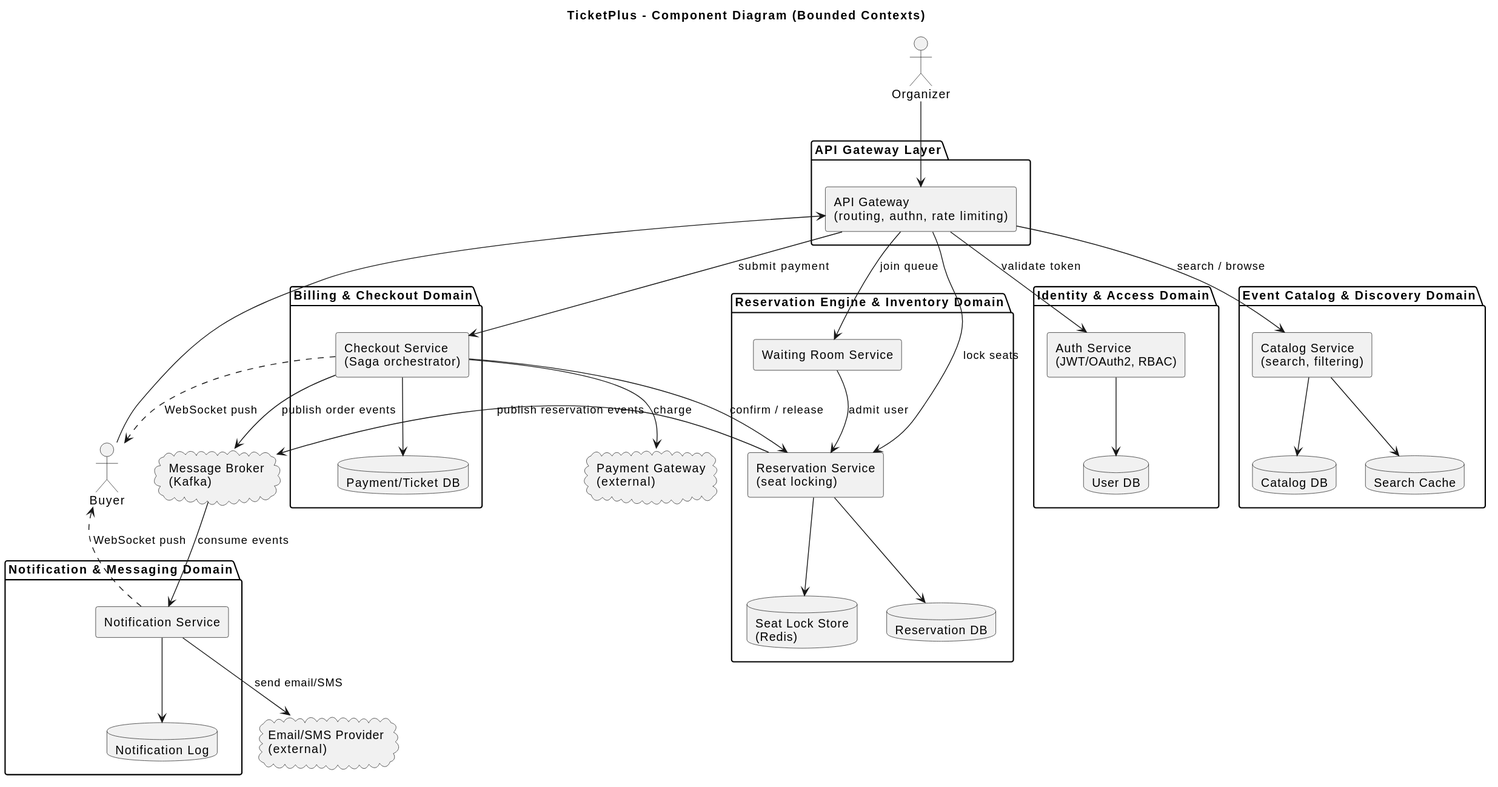
MahsaNasehi/TicketPlus keeps this PlantUML diagram as rendered/07-component-diagram.svg. Above is the earlier version.
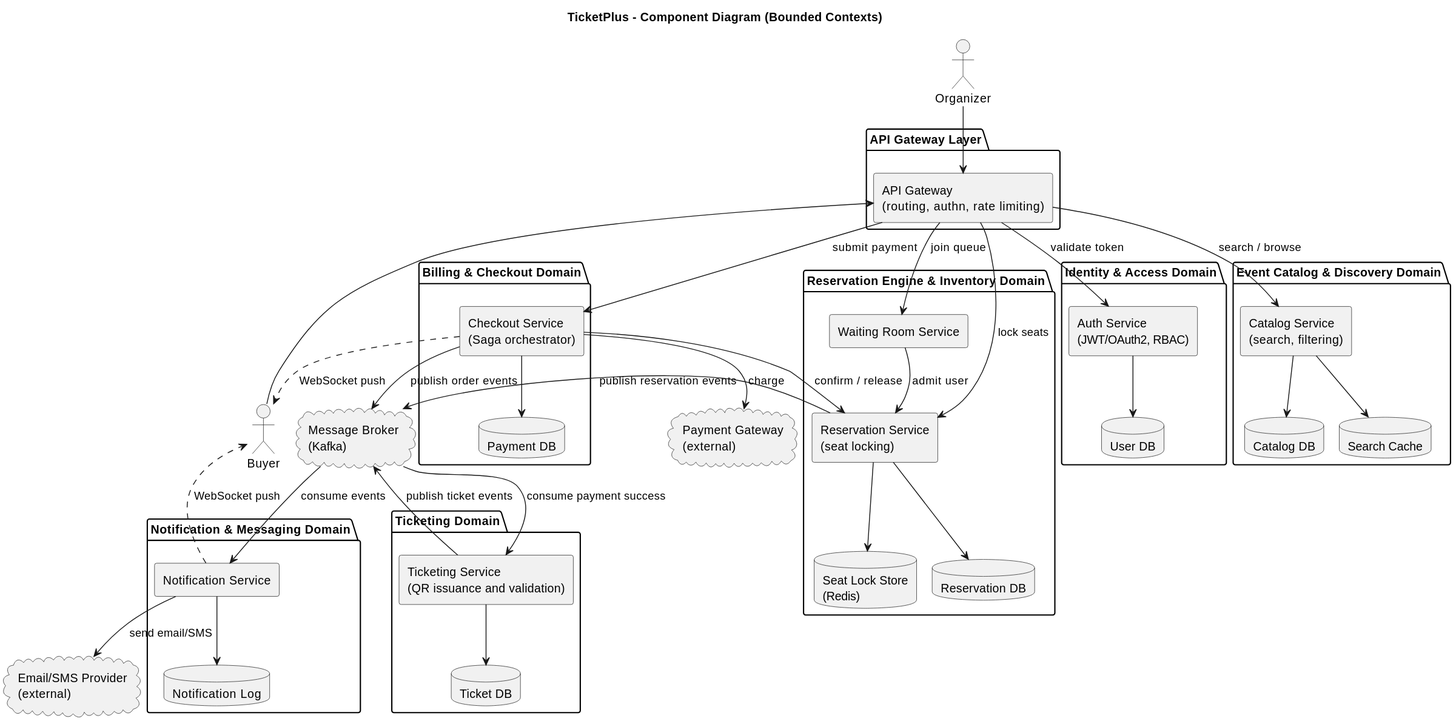
After the commit.

The edit, as a diff of the source:
```diff
@@ -1,4 +1,5 @@
 @startuml
+!pragma layout smetana
 title TicketPlus - Component Diagram (Bounded Contexts)
 
 skinparam componentStyle rectangle
@@ -30,7 +31,12 @@
 
 package "Billing & Checkout Domain" {
   [Checkout Service\n(Saga orchestrator)] as Checkout
-  database "Payment/Ticket DB" as BillingDB
+  database "Payment DB" as BillingDB
+}
+
+package "Ticketing Domain" {
+  [Ticketing Service\n(QR issuance and validation)] as Ticketing
+  database "Ticket DB" as TicketDB
 }
 
 package "Notification & Messaging Domain" {
@@ -65,6 +71,10 @@
 Checkout --> PG : charge
 Checkout --> Broker : publish order events
 
+Broker --> Ticketing : consume payment success
+Ticketing --> TicketDB
+Ticketing --> Broker : publish ticket events
+
 Broker --> Notif : consume events
 Notif --> NotifDB
 Notif --> MsgProvider : send email/SMS
```
